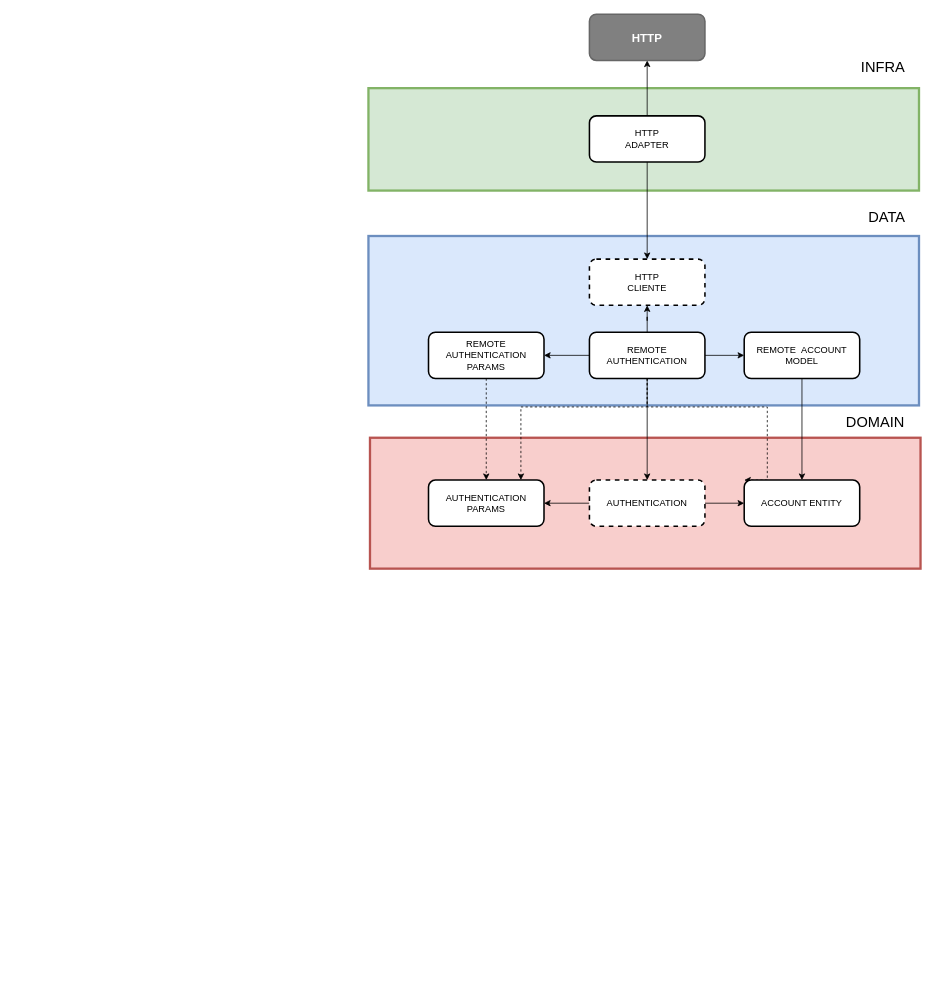
GvictorFranca/flutterTddCleanSurveys keeps this draw.io diagram as requirements/login /Untitled Diagram.drawio. Above is the earlier version. Source tidied: cells renumbered, new cells numbered last; positions are measured from the earlier drawing's top-left corner, leaving out a move shared by most shapes. Both pictures are drawn from the tidied source at 77%, with x=0, y=0 at pixel (368, 14).
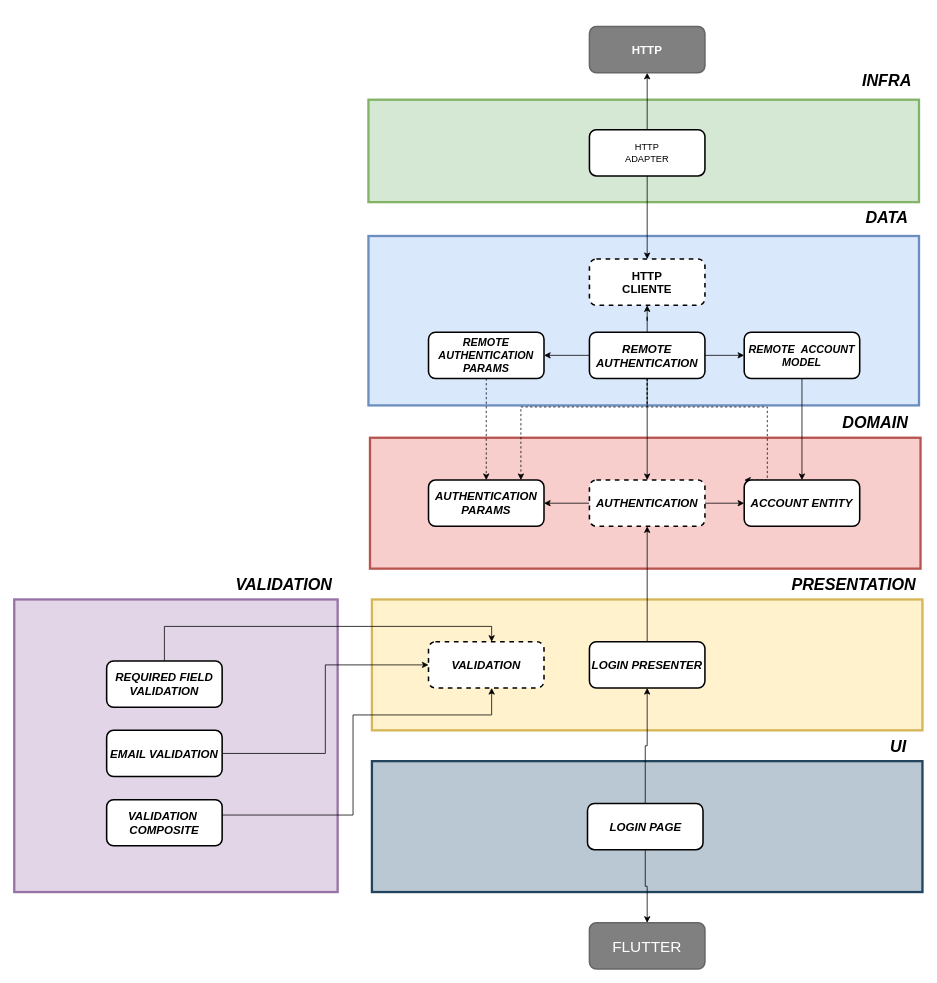
The same page after the edit.

Change to the diagram source:
```diff
@@
-    <mxCell id="3" value="AUTHENTICATION&lt;br&gt;PARAMS" style="rounded=1;whiteSpace=wrap;html=1;strokeWidth=2;" parent="1" vertex="1">
+    <mxCell id="3" value="&lt;font style=&quot;font-size: 15px&quot;&gt;&lt;b&gt;&lt;i&gt;AUTHENTICATION&lt;br&gt;PARAMS&lt;/i&gt;&lt;/b&gt;&lt;/font&gt;" style="rounded=1;whiteSpace=wrap;html=1;strokeWidth=2;" parent="1" vertex="1">
       <mxGeometry x="78" y="605" width="150" height="60" as="geometry" />
     </mxCell>
-    <mxCell id="4" value="&lt;font style=&quot;font-size: 19px&quot;&gt;DOMAIN&lt;/font&gt;" style="text;html=1;align=center;verticalAlign=middle;" parent="1" vertex="1">
-      <mxGeometry x="613" y="520" width="90" height="20" as="geometry" />
+    <mxCell id="4" value="&lt;font size=&quot;1&quot;&gt;&lt;i&gt;&lt;b style=&quot;font-size: 21px&quot;&gt;DOMAIN&lt;/b&gt;&lt;/i&gt;&lt;/font&gt;" style="text;html=1;align=center;verticalAlign=middle;" parent="1" vertex="1">
+      <mxGeometry x="608" y="520" width="100" height="20" as="geometry" />
     </mxCell>
@@
-    <mxCell id="7" value="AUTHENTICATION" style="rounded=1;whiteSpace=wrap;html=1;strokeWidth=2;dashed=1;" parent="1" vertex="1">
+    <mxCell id="7" value="&lt;font style=&quot;font-size: 15px&quot;&gt;&lt;i&gt;&lt;b&gt;AUTHENTICATION&lt;/b&gt;&lt;/i&gt;&lt;/font&gt;" style="rounded=1;whiteSpace=wrap;html=1;strokeWidth=2;dashed=1;" parent="1" vertex="1">
       <mxGeometry x="287" y="605" width="150" height="60" as="geometry" />
     </mxCell>
@@
-    <mxCell id="15" value="REMOTE AUTHENTICATION" style="rounded=1;whiteSpace=wrap;html=1;strokeWidth=2;" parent="1" vertex="1">
+    <mxCell id="15" value="&lt;font style=&quot;font-size: 15px&quot;&gt;&lt;i&gt;&lt;b&gt;REMOTE AUTHENTICATION&lt;/b&gt;&lt;/i&gt;&lt;/font&gt;" style="rounded=1;whiteSpace=wrap;html=1;strokeWidth=2;" parent="1" vertex="1">
       <mxGeometry x="287" y="413" width="150" height="60" as="geometry" />
     </mxCell>
-    <mxCell id="16" value="&lt;font style=&quot;font-size: 19px&quot;&gt;DATA&lt;/font&gt;" style="text;html=1;align=center;verticalAlign=middle;" parent="1" vertex="1">
-      <mxGeometry x="643" y="254" width="60" height="20" as="geometry" />
+    <mxCell id="16" value="&lt;font style=&quot;font-size: 21px&quot;&gt;&lt;i&gt;&lt;b&gt;DATA&lt;/b&gt;&lt;/i&gt;&lt;/font&gt;" style="text;html=1;align=center;verticalAlign=middle;" parent="1" vertex="1">
+      <mxGeometry x="638" y="254" width="70" height="20" as="geometry" />
     </mxCell>
-    <mxCell id="17" value="HTTP&lt;br&gt;CLIENTE" style="rounded=1;whiteSpace=wrap;html=1;strokeWidth=2;dashed=1;" parent="1" vertex="1">
+    <mxCell id="17" value="&lt;font style=&quot;font-size: 15px&quot;&gt;&lt;b&gt;HTTP&lt;br&gt;CLIENTE&lt;/b&gt;&lt;/font&gt;" style="rounded=1;whiteSpace=wrap;html=1;strokeWidth=2;dashed=1;" parent="1" vertex="1">
       <mxGeometry x="287" y="318" width="150" height="60" as="geometry" />
     </mxCell>
@@
-    <mxCell id="19" value="REMOTE &amp;nbsp;ACCOUNT MODEL" style="rounded=1;whiteSpace=wrap;html=1;strokeWidth=2;" parent="1" vertex="1">
+    <mxCell id="19" value="&lt;font style=&quot;font-size: 14px&quot;&gt;&lt;i&gt;&lt;b&gt;REMOTE &amp;nbsp;ACCOUNT MODEL&lt;/b&gt;&lt;/i&gt;&lt;/font&gt;" style="rounded=1;whiteSpace=wrap;html=1;strokeWidth=2;" parent="1" vertex="1">
       <mxGeometry x="488" y="413" width="150" height="60" as="geometry" />
     </mxCell>
@@
-    <mxCell id="21" value="REMOTE AUTHENTICATION&lt;br&gt;PARAMS" style="rounded=1;whiteSpace=wrap;html=1;strokeWidth=2;" parent="1" vertex="1">
+    <mxCell id="21" value="&lt;font style=&quot;font-size: 14px&quot;&gt;&lt;i&gt;&lt;b&gt;REMOTE AUTHENTICATION&lt;br&gt;PARAMS&lt;/b&gt;&lt;/i&gt;&lt;/font&gt;" style="rounded=1;whiteSpace=wrap;html=1;strokeWidth=2;" parent="1" vertex="1">
       <mxGeometry x="78" y="413" width="150" height="60" as="geometry" />
     </mxCell>
-    <mxCell id="22" value="ACCOUNT ENTITY" style="rounded=1;whiteSpace=wrap;html=1;strokeWidth=2;" parent="1" vertex="1">
+    <mxCell id="22" value="&lt;font style=&quot;font-size: 15px&quot;&gt;&lt;b&gt;&lt;i&gt;ACCOUNT ENTITY&lt;/i&gt;&lt;/b&gt;&lt;/font&gt;" style="rounded=1;whiteSpace=wrap;html=1;strokeWidth=2;" parent="1" vertex="1">
       <mxGeometry x="488" y="605" width="150" height="60" as="geometry" />
     </mxCell>
     <mxCell id="23" style="rounded=0;whiteSpace=wrap;html=1;fillColor=#d5e8d4;strokeColor=#82b366;strokeWidth=3;" parent="1" vertex="1">
-      <mxGeometry y="96" width="715" height="133" as="geometry" />
+      <mxGeometry y="111" width="715" height="133" as="geometry" />
     </mxCell>
-    <mxCell id="24" value="&lt;font style=&quot;font-size: 19px&quot;&gt;INFRA&lt;/font&gt;" style="text;html=1;align=center;verticalAlign=middle;" parent="1" vertex="1">
-      <mxGeometry x="633" y="60" width="70" height="20" as="geometry" />
+    <mxCell id="24" value="&lt;font size=&quot;1&quot;&gt;&lt;b&gt;&lt;i style=&quot;font-size: 21px&quot;&gt;INFRA&lt;/i&gt;&lt;/b&gt;&lt;/font&gt;" style="text;html=1;align=center;verticalAlign=middle;" parent="1" vertex="1">
+      <mxGeometry x="633" y="76" width="80" height="20" as="geometry" />
     </mxCell>
@@
     <mxCell id="27" value="HTTP&lt;br&gt;ADAPTER" style="rounded=1;whiteSpace=wrap;html=1;strokeWidth=2;" parent="1" vertex="1">
-      <mxGeometry x="287" y="132" width="150" height="60" as="geometry" />
+      <mxGeometry x="287" y="150" width="150" height="60" as="geometry" />
     </mxCell>
     <mxCell id="28" value="&lt;font color=&quot;#ffffff&quot; size=&quot;1&quot;&gt;&lt;b style=&quot;font-size: 15px&quot;&gt;HTTP&lt;/b&gt;&lt;/font&gt;" style="rounded=1;whiteSpace=wrap;html=1;strokeWidth=2;strokeColor=#666666;fontColor=#333333;fillColor=#808080;" parent="1" vertex="1">
-      <mxGeometry x="287" width="150" height="60" as="geometry" />
+      <mxGeometry x="287" y="16" width="150" height="60" as="geometry" />
     </mxCell>
+    <mxCell id="29" style="rounded=0;whiteSpace=wrap;html=1;fillColor=#fff2cc;strokeColor=#d6b656;strokeWidth=3;" parent="1" vertex="1">
+      <mxGeometry x="4.5" y="760" width="715" height="170" as="geometry" />
+    </mxCell>
+    <mxCell id="30" style="rounded=0;whiteSpace=wrap;html=1;fillColor=#bac8d3;strokeColor=#23445d;strokeWidth=3;" parent="1" vertex="1">
+      <mxGeometry x="4.5" y="970" width="715" height="170" as="geometry" />
+    </mxCell>
+    <mxCell id="31" style="rounded=0;whiteSpace=wrap;html=1;fillColor=#e1d5e7;strokeColor=#9673a6;strokeWidth=3;" parent="1" vertex="1">
+      <mxGeometry x="-460" y="760" width="420" height="380" as="geometry" />
+    </mxCell>
+    <mxCell id="32" style="edgeStyle=orthogonalEdgeStyle;rounded=0;jettySize=auto;html=1;" parent="1" edge="1" source="34" target="37">
+      <mxGeometry relative="1" as="geometry" />
+    </mxCell>
+    <mxCell id="33" style="edgeStyle=orthogonalEdgeStyle;rounded=0;jettySize=auto;html=1;exitX=0.5;exitY=1;exitDx=0;exitDy=0;entryX=0.5;entryY=0;entryDx=0;entryDy=0;" parent="1" edge="1" source="34" target="35">
+      <mxGeometry relative="1" as="geometry" />
+    </mxCell>
+    <mxCell id="34" value="&lt;font style=&quot;font-size: 15px&quot;&gt;&lt;b&gt;&lt;i&gt;LOGIN PAGE&lt;/i&gt;&lt;/b&gt;&lt;/font&gt;" style="rounded=1;whiteSpace=wrap;html=1;strokeWidth=2;" parent="1" vertex="1">
+      <mxGeometry x="284.5" y="1025" width="150" height="60" as="geometry" />
+    </mxCell>
+    <mxCell id="35" value="&lt;font color=&quot;#ffffff&quot; style=&quot;font-size: 20px&quot;&gt;FLUTTER&lt;/font&gt;" style="rounded=1;whiteSpace=wrap;html=1;strokeWidth=2;strokeColor=#666666;fillColor=#808080;" parent="1" vertex="1">
+      <mxGeometry x="287" y="1180" width="150" height="60" as="geometry" />
+    </mxCell>
+    <mxCell id="36" style="edgeStyle=orthogonalEdgeStyle;rounded=0;jettySize=auto;html=1;entryX=0.5;entryY=1;entryDx=0;entryDy=0;" parent="1" edge="1" source="37" target="7">
+      <mxGeometry relative="1" as="geometry" />
+    </mxCell>
+    <mxCell id="37" value="&lt;font style=&quot;font-size: 15px&quot;&gt;&lt;b&gt;&lt;i&gt;LOGIN PRESENTER&lt;/i&gt;&lt;/b&gt;&lt;/font&gt;" style="rounded=1;whiteSpace=wrap;html=1;strokeWidth=2;" parent="1" vertex="1">
+      <mxGeometry x="287" y="815" width="150" height="60" as="geometry" />
+    </mxCell>
+    <mxCell id="38" value="&lt;font style=&quot;font-size: 15px&quot;&gt;&lt;b&gt;&lt;i&gt;VALIDATION&lt;/i&gt;&lt;/b&gt;&lt;/font&gt;" style="rounded=1;whiteSpace=wrap;html=1;strokeWidth=2;dashed=1;" parent="1" vertex="1">
+      <mxGeometry x="78" y="815" width="150" height="60" as="geometry" />
+    </mxCell>
+    <mxCell id="39" value="&lt;font size=&quot;1&quot;&gt;&lt;i&gt;&lt;b style=&quot;font-size: 21px&quot;&gt;PRESENTATION&lt;/b&gt;&lt;/i&gt;&lt;/font&gt;" style="text;html=1;align=center;verticalAlign=middle;" parent="1" vertex="1">
+      <mxGeometry x="539.5" y="730" width="180" height="20" as="geometry" />
+    </mxCell>
+    <mxCell id="40" value="&lt;font size=&quot;1&quot;&gt;&lt;i&gt;&lt;b style=&quot;font-size: 21px&quot;&gt;UI&lt;/b&gt;&lt;/i&gt;&lt;/font&gt;" style="text;html=1;align=center;verticalAlign=middle;" parent="1" vertex="1">
+      <mxGeometry x="668" y="940" width="40" height="20" as="geometry" />
+    </mxCell>
+    <mxCell id="41" value="&lt;font size=&quot;1&quot;&gt;&lt;i&gt;&lt;b style=&quot;font-size: 21px&quot;&gt;VALIDATION&lt;/b&gt;&lt;/i&gt;&lt;/font&gt;" style="text;html=1;align=center;verticalAlign=middle;" parent="1" vertex="1">
+      <mxGeometry x="-180" y="730" width="140" height="20" as="geometry" />
+    </mxCell>
+    <mxCell id="42" style="edgeStyle=orthogonalEdgeStyle;rounded=0;jettySize=auto;html=1;" parent="1" edge="1" source="43" target="38">
+      <mxGeometry relative="1" as="geometry">
+        <Array as="points">
+          <mxPoint x="-265" y="795" />
+          <mxPoint x="160" y="795" />
+        </Array>
+      </mxGeometry>
+    </mxCell>
+    <mxCell id="43" value="&lt;font style=&quot;font-size: 15px&quot;&gt;&lt;b&gt;&lt;i&gt;REQUIRED FIELD&lt;br&gt;VALIDATION&lt;br&gt;&lt;/i&gt;&lt;/b&gt;&lt;/font&gt;" style="rounded=1;whiteSpace=wrap;html=1;strokeWidth=2;" parent="1" vertex="1">
+      <mxGeometry x="-340" y="840" width="150" height="60" as="geometry" />
+    </mxCell>
+    <mxCell id="44" style="edgeStyle=orthogonalEdgeStyle;rounded=0;jettySize=auto;html=1;entryX=0;entryY=0.5;entryDx=0;entryDy=0;" parent="1" edge="1" source="45" target="38">
+      <mxGeometry relative="1" as="geometry" />
+    </mxCell>
+    <mxCell id="45" value="&lt;font style=&quot;font-size: 15px&quot;&gt;&lt;b&gt;&lt;i&gt;EMAIL VALIDATION&lt;/i&gt;&lt;/b&gt;&lt;/font&gt;" style="rounded=1;whiteSpace=wrap;html=1;strokeWidth=2;" parent="1" vertex="1">
+      <mxGeometry x="-340" y="930" width="150" height="60" as="geometry" />
+    </mxCell>
+    <mxCell id="46" style="edgeStyle=orthogonalEdgeStyle;rounded=0;jettySize=auto;html=1;" parent="1" edge="1" source="47" target="38">
+      <mxGeometry relative="1" as="geometry">
+        <Array as="points">
+          <mxPoint x="-20" y="1040" />
+          <mxPoint x="-20" y="910" />
+          <mxPoint x="160" y="910" />
+        </Array>
+      </mxGeometry>
+    </mxCell>
+    <mxCell id="47" value="&lt;font style=&quot;font-size: 15px&quot;&gt;&lt;b&gt;&lt;i&gt;VALIDATION&amp;nbsp;&lt;br&gt;COMPOSITE&lt;br&gt;&lt;/i&gt;&lt;/b&gt;&lt;/font&gt;" style="rounded=1;whiteSpace=wrap;html=1;strokeWidth=2;" parent="1" vertex="1">
+      <mxGeometry x="-340" y="1020" width="150" height="60" as="geometry" />
+    </mxCell>
```
